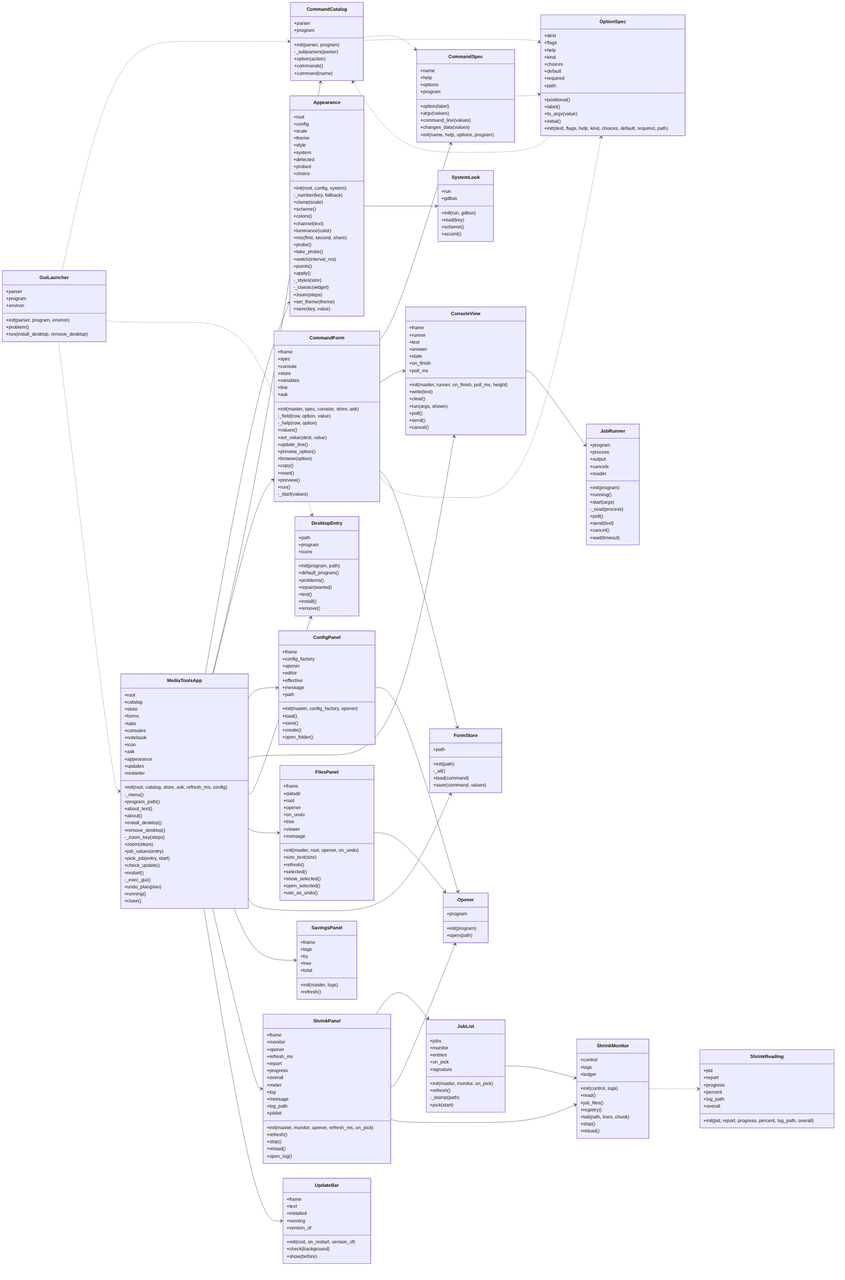
The Mermaid diagram docs/img/uml_gui.png in peddanet/mediatools, before a commit. Its source is kept beside it as docs/img/uml_gui.mmd.
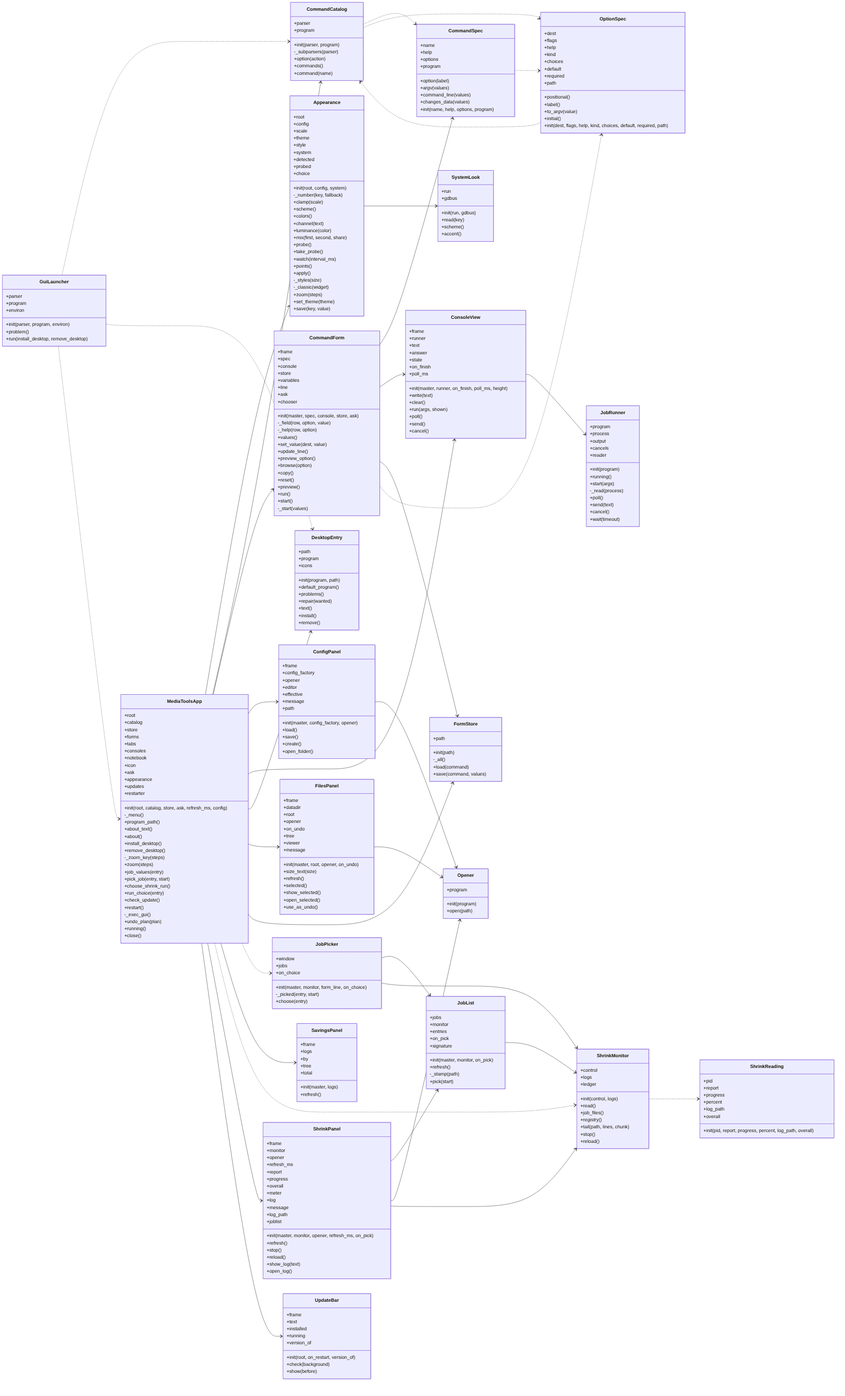
Later version of the same file.

The edit, as a diff of the source:
```diff
@@ -24,6 +24,8 @@
     +zoom(steps)
     +job_values(entry)
     +pick_job(entry, start)
+    +choose_shrink_run()
+    +run_choice(entry)
     +check_update()
     +restart()
     -_exec_gui()
@@ -77,6 +79,7 @@
     +variables
     +line
     +ask
+    +chooser
     +init(master, spec, console, store, ask)
     -_field(row, option, value)
     -_help(row, option)
@@ -89,6 +92,7 @@
     +reset()
     +preview()
     +run()
+    +start()
     -_start(values)
   }
   class CommandSpec {
@@ -179,6 +183,14 @@
     -_stamp(path)
     +pick(start)
   }
+  class JobPicker {
+    +window
+    +jobs
+    +on_choice
+    +init(master, monitor, form_line, on_choice)
+    -_picked(entry, start)
+    +choose(entry)
+  }
   class JobRunner {
     +program
     +process
@@ -260,6 +272,7 @@
     +refresh()
     +stop()
     +reload()
+    +show_log(text)
     +open_log()
   }
   class ShrinkReading {
@@ -297,7 +310,9 @@
   MediaToolsApp --> DesktopEntry
   MediaToolsApp --> FilesPanel
   MediaToolsApp --> FormStore
+  MediaToolsApp ..> JobPicker
   MediaToolsApp --> SavingsPanel
+  MediaToolsApp ..> ShrinkMonitor
   MediaToolsApp --> ShrinkPanel
   MediaToolsApp --> UpdateBar
   Appearance --> SystemLook
@@ -312,6 +327,8 @@
   ConsoleView --> JobRunner
   FilesPanel --> Opener
   JobList --> ShrinkMonitor
+  JobPicker --> JobList
+  JobPicker --> ShrinkMonitor
   GuiLauncher ..> CommandCatalog
   GuiLauncher ..> DesktopEntry
   GuiLauncher ..> MediaToolsApp
```
